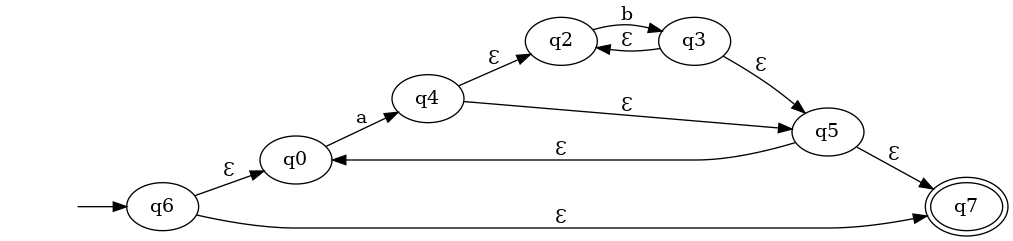
The Graphviz diagram dot1.png in anthony-sv/regex-2-NFA, before a commit. Its source is kept beside it as dot1.gv. Source of this version:
```dot
digraph "" {
	rankdir=LR
	" " [shape=plaintext]
	" " -> q6
	q0 -> q4	[key=0,
		label=a];
	q2 -> q3	[key=0,
		label=b];
	q3 -> q2	[key=0,
		label=Ɛ];
	q3 -> q5	[key=0,
		label=Ɛ];
	q4 -> q2	[key=0,
		label=Ɛ];
	q4 -> q5	[key=0,
		label=Ɛ];
	q5 -> q0	[key=0,
		label=Ɛ];
	q7	[peripheries=2];
	q5 -> q7	[key=0,
		label=Ɛ];
	q6 -> q0	[key=0,
		label=Ɛ];
	q6 -> q7	[key=0,
		label=Ɛ];
}
```
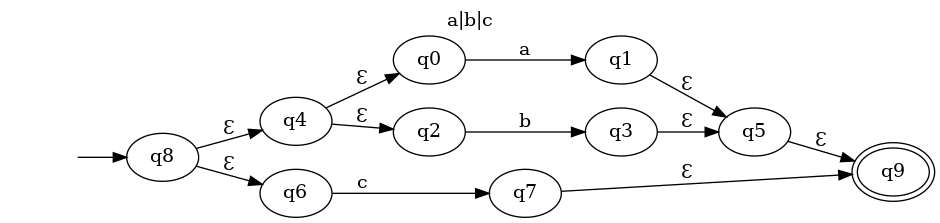
The same diagram one commit later.

What changed in the source:
```diff
@@ -1,26 +1,30 @@
 digraph "" {
-	rankdir=LR
-	" " [shape=plaintext]
-	" " -> q6
-	q0 -> q4	[key=0,
+	labelloc="t";
+	label="a|b|c";
+	rankdir=LR;
+	" " [shape=plaintext];
+	" " -> q8;
+	q0 -> q1	[key=0,
 		label=a];
+	q1 -> q5	[key=0,
+		label=Ɛ];
 	q2 -> q3	[key=0,
 		label=b];
-	q3 -> q2	[key=0,
+	q3 -> q5	[key=0,
 		label=Ɛ];
-	q3 -> q5	[key=0,
+	q4 -> q0	[key=0,
 		label=Ɛ];
 	q4 -> q2	[key=0,
 		label=Ɛ];
-	q4 -> q5	[key=0,
-		label=Ɛ];
-	q5 -> q0	[key=0,
-		label=Ɛ];
-	q7	[peripheries=2];
-	q5 -> q7	[key=0,
-		label=Ɛ];
-	q6 -> q0	[key=0,
+	q9	[peripheries=2];
+	q5 -> q9	[key=0,
 		label=Ɛ];
 	q6 -> q7	[key=0,
+		label=c];
+	q7 -> q9	[key=0,
+		label=Ɛ];
+	q8 -> q4	[key=0,
+		label=Ɛ];
+	q8 -> q6	[key=0,
 		label=Ɛ];
 }
```
